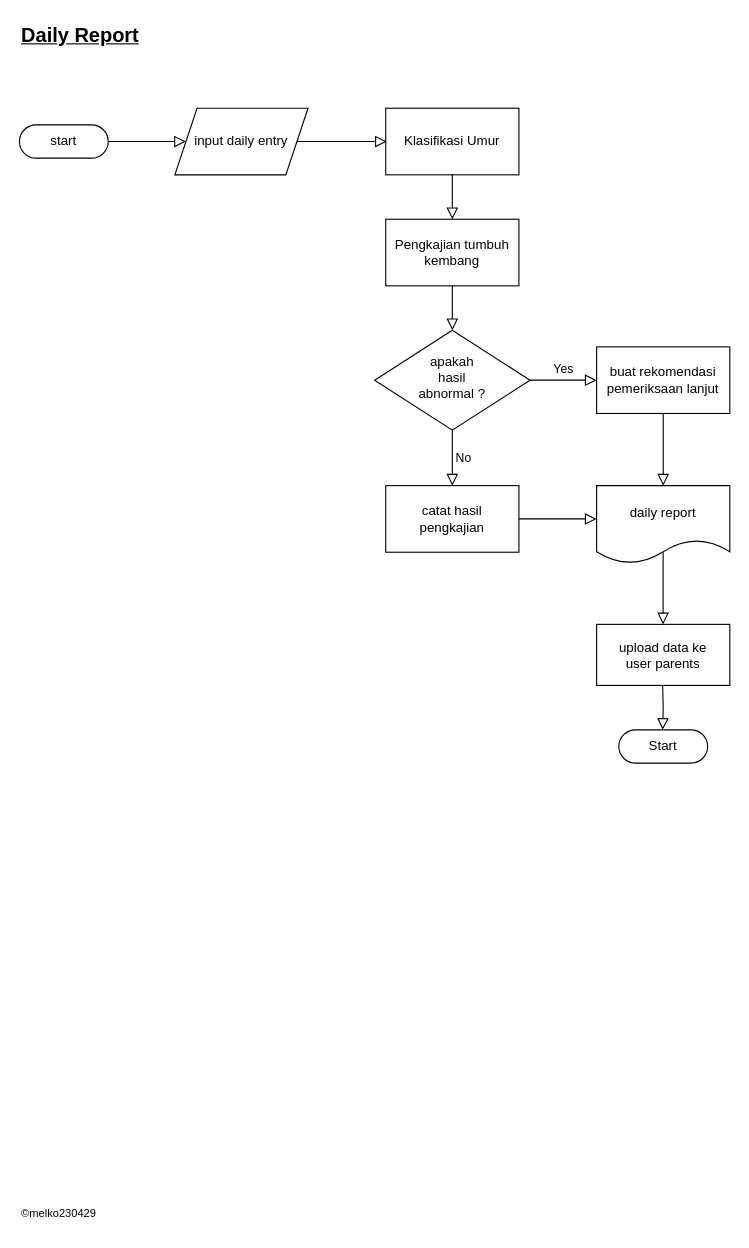
Above: page "Daily Report" (3 of 3) of Day Care Diagram.drawio in oikos76/EduTech (draw.io), before the change. Source tidied: cells renumbered, new cells numbered last; positions are measured from the earlier drawing's top-left corner, leaving out a move shared by most shapes. Both pictures are drawn from the tidied source at 111%, with x=0, y=0 at pixel (19, 19).
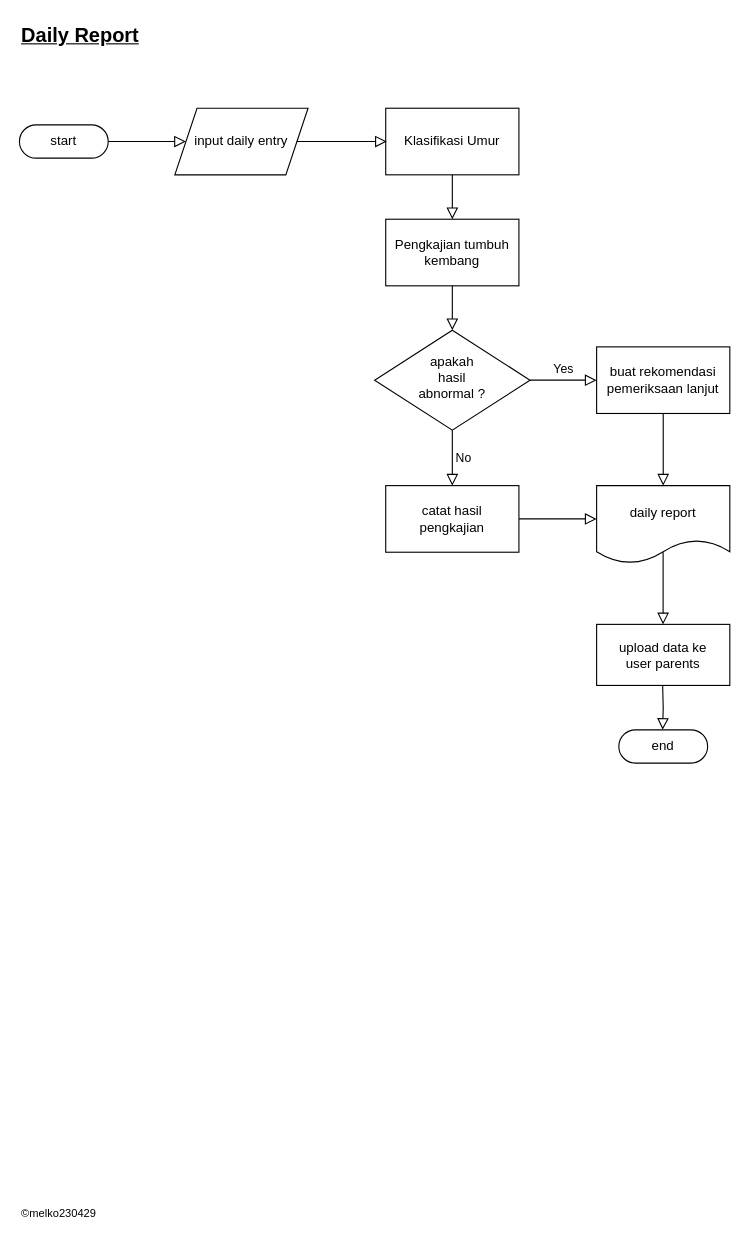
After the change.

Change to the diagram source:
```diff
@@
-    <mxCell id="20" value="Start" style="rounded=1;whiteSpace=wrap;html=1;arcSize=50;" parent="1" vertex="1">
+    <mxCell id="20" value="end" style="rounded=1;whiteSpace=wrap;html=1;arcSize=50;" parent="1" vertex="1">
       <mxGeometry x="540" y="640" width="80" height="30" as="geometry" />
     </mxCell>
```
